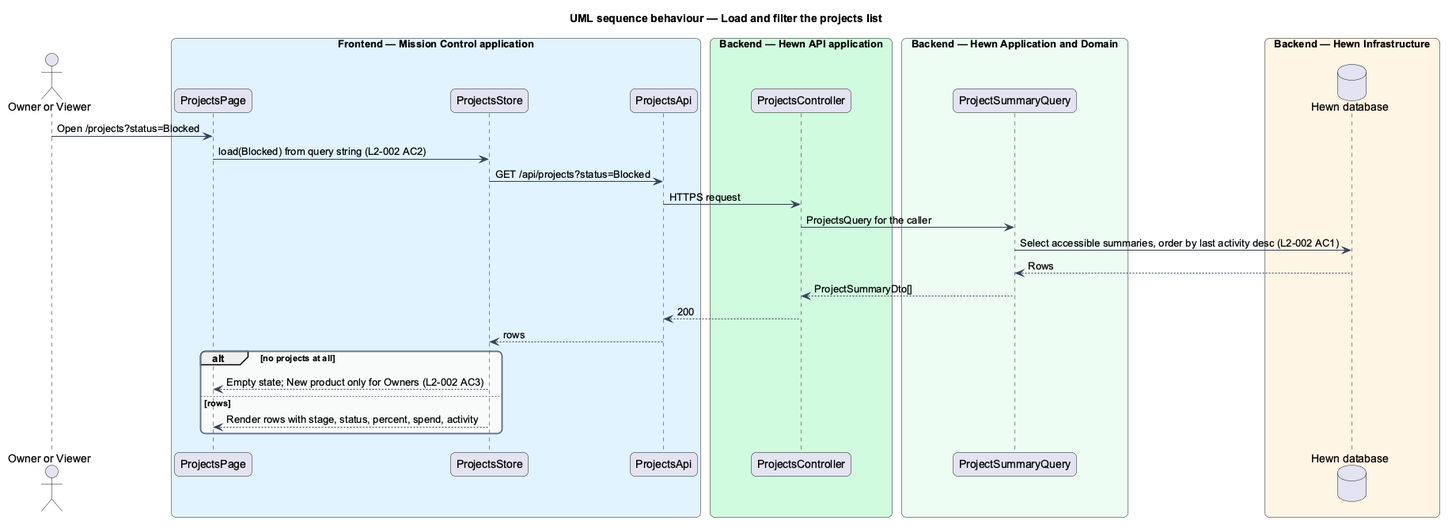
This is docs/detailed-designs/projects/projects-list/diagrams/sequence-load-and-filter.png from QuinntyneBrown/hewn, a PlantUML export, as it was before one commit.
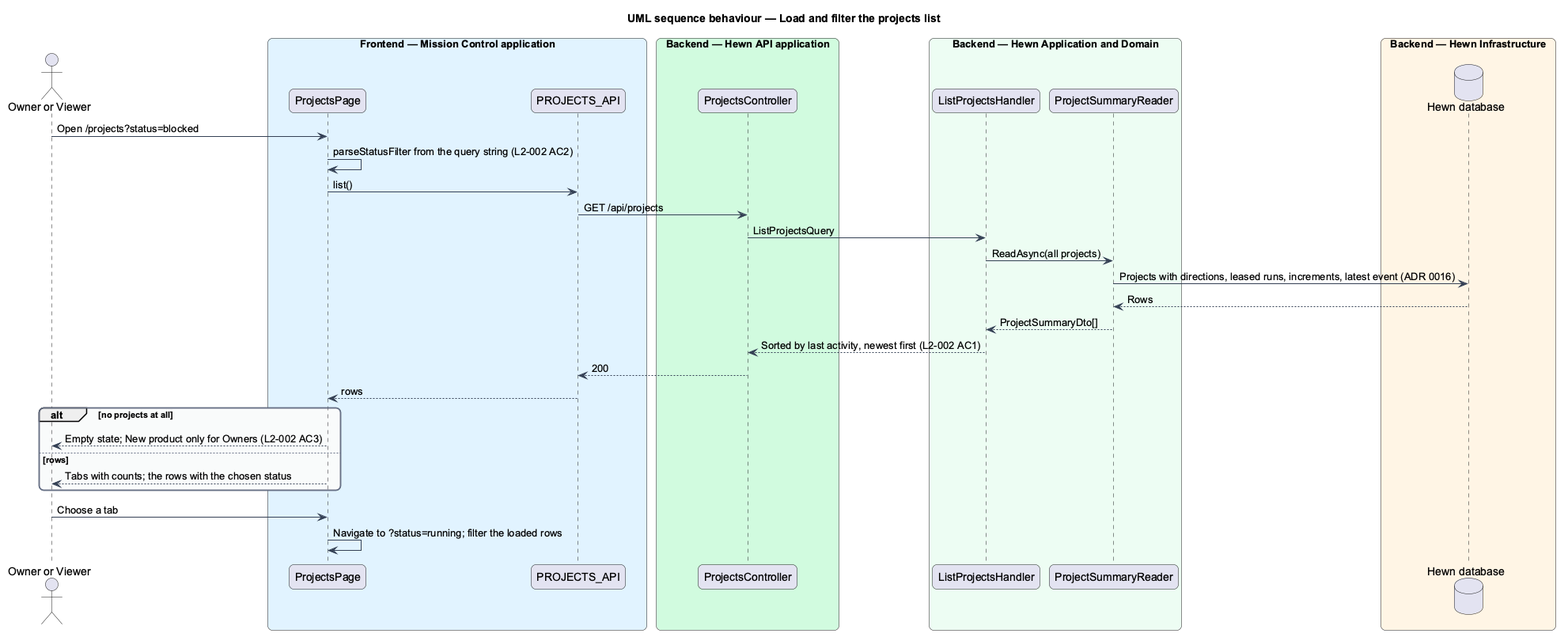
After the change.

Diff of the diagram source:
```diff
@@ -18,31 +18,35 @@
 actor "Owner or Viewer" as user
 box "Frontend — Mission Control application" #E0F2FE
   participant "ProjectsPage" as page
-  participant "ProjectsStore" as store
-  participant "ProjectsApi" as client
+  participant "PROJECTS_API" as client
 end box
 box "Backend — Hewn API application" #D1FADF
   participant "ProjectsController" as ctrl
 end box
 box "Backend — Hewn Application and Domain" #ECFDF3
-  participant "ProjectSummaryQuery" as query
+  participant "ListProjectsHandler" as handler
+  participant "ProjectSummaryReader" as reader
 end box
 box "Backend — Hewn Infrastructure" #FFF4E5
   database "Hewn database" as db
 end box
-user -> page : Open /projects?status=Blocked
-page -> store : load(Blocked) from query string (L2-002 AC2)
-store -> client : GET /api/projects?status=Blocked
-client -> ctrl : HTTPS request
-ctrl -> query : ProjectsQuery for the caller
-query -> db : Select accessible summaries, order by last activity desc (L2-002 AC1)
-db --> query : Rows
-query --> ctrl : ProjectSummaryDto[]
+user -> page : Open /projects?status=blocked
+page -> page : parseStatusFilter from the query string (L2-002 AC2)
+page -> client : list()
+client -> ctrl : GET /api/projects
+ctrl -> handler : ListProjectsQuery
+handler -> reader : ReadAsync(all projects)
+reader -> db : Projects with directions, leased runs, increments, latest event (ADR 0016)
+db --> reader : Rows
+reader --> handler : ProjectSummaryDto[]
+handler --> ctrl : Sorted by last activity, newest first (L2-002 AC1)
 ctrl --> client : 200
-client --> store : rows
+client --> page : rows
 alt no projects at all
-  store --> page : Empty state; New product only for Owners (L2-002 AC3)
+  page --> user : Empty state; New product only for Owners (L2-002 AC3)
 else rows
-  store --> page : Render rows with stage, status, percent, spend, activity
+  page --> user : Tabs with counts; the rows with the chosen status
 end
+user -> page : Choose a tab
+page -> page : Navigate to ?status=running; filter the loaded rows
 @enduml
```
